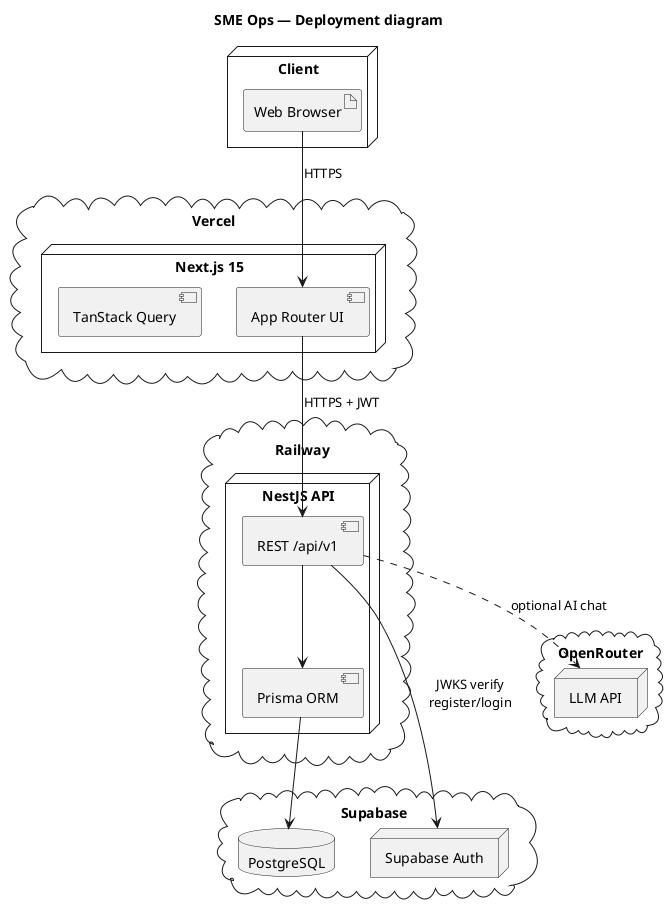
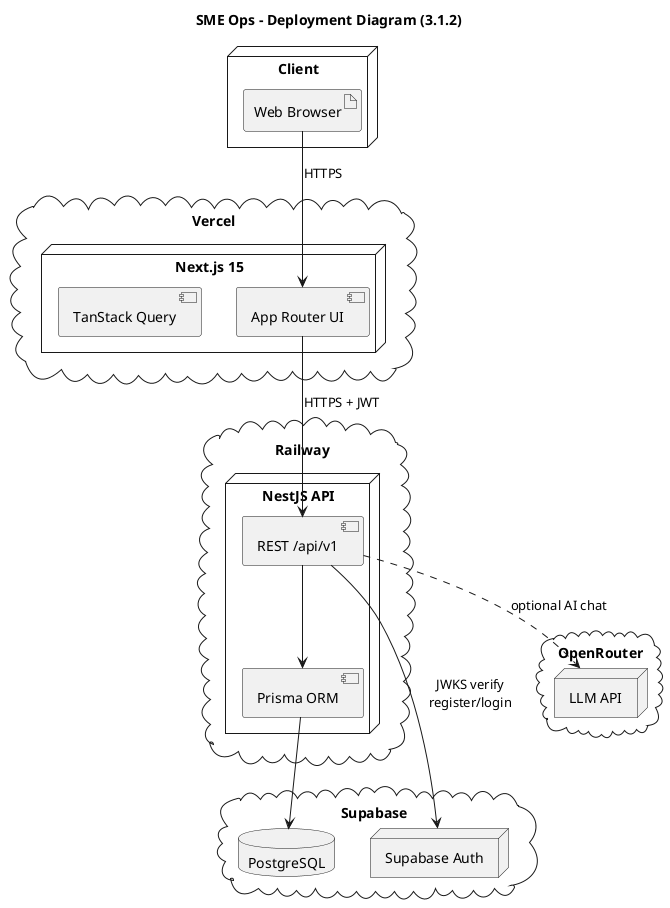
@startuml SME_Ops_Deployment
- title SME Ops — Deployment diagram
+ title SME Ops - Deployment Diagram (3.1.2)

node "Client" {
  artifact "Web Browser" as Browser
}

cloud "Vercel" {
  node "Next.js 15" as WebApp {
    component "App Router UI" as UI
    component "TanStack Query" as TQ
  }
}

cloud "Railway" {
  node "NestJS API" as API {
    component "REST /api/v1" as REST
    component "Prisma ORM" as Prisma
  }
}

cloud "Supabase" {
  database "PostgreSQL" as DB
  node "Supabase Auth" as Auth
}

cloud "OpenRouter" {
  node "LLM API" as LLM
}

Browser --> UI : HTTPS
UI --> REST : HTTPS + JWT
REST --> Prisma
Prisma --> DB
REST --> Auth : JWKS verify\nregister/login
REST ..> LLM : optional AI chat

@enduml
